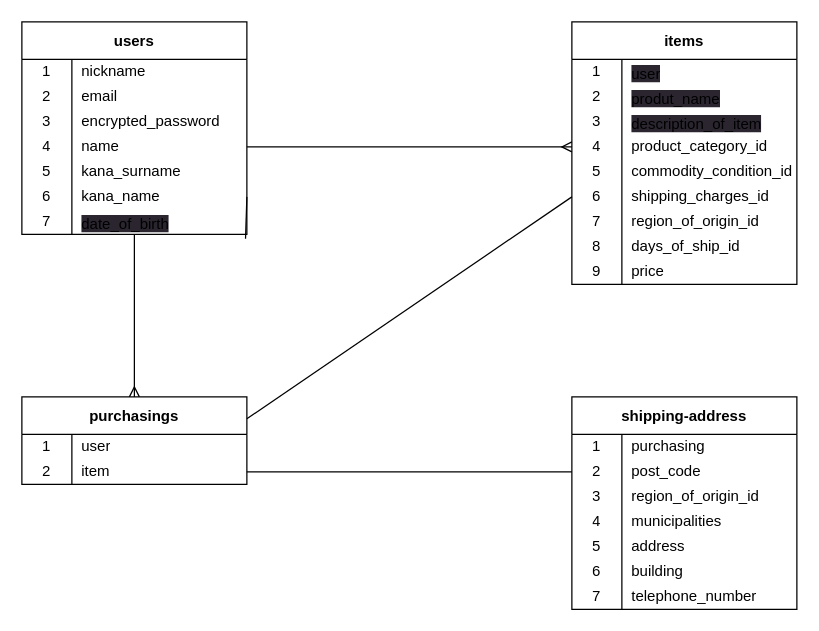
Above: config/test.dio in masakazu-fujimoto/furima-39231 (draw.io), before the change. Source tidied: cells renumbered, new cells numbered last; positions are measured from the earlier drawing's top-left corner, leaving out a move shared by most shapes. Both pictures are drawn from the tidied source at 125%, with x=0, y=0 at pixel (21, 21).
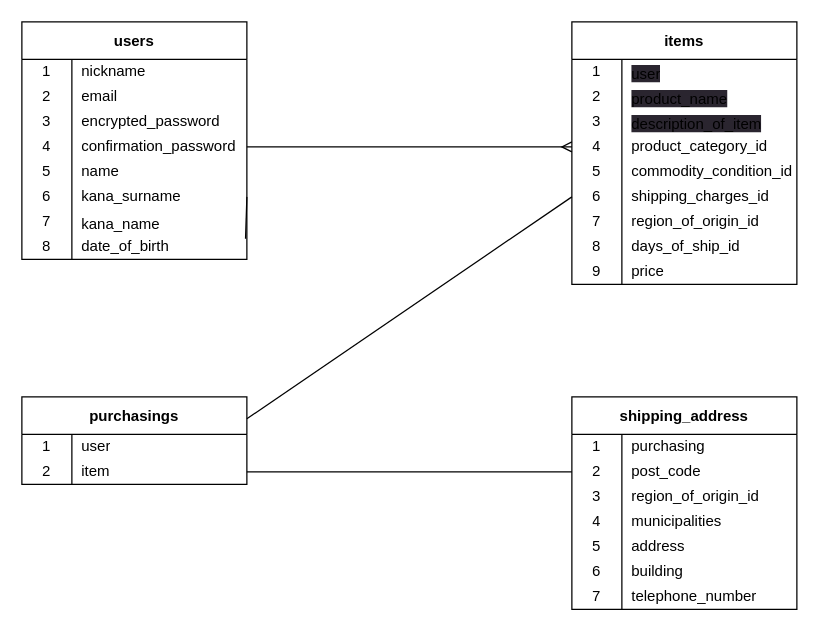
The same diagram, later.

Unchanged cells that the change refers to:
```xml
<mxCell id="13" style="shape=tableRow;horizontal=0;startSize=0;swimlaneHead=0;swimlaneBody=0;top=0;left=0;bottom=0;right=0;fillColor=none;points=[[0,0.5],[1,0.5]];portConstraint=eastwest;" parent="3" vertex="1">
  <mxGeometry y="90" width="180" height="20" as="geometry" />
</mxCell>
<mxCell id="16" style="shape=tableRow;horizontal=0;startSize=0;swimlaneHead=0;swimlaneBody=0;top=0;left=0;bottom=0;right=0;fillColor=none;" parent="3" vertex="1">
  <mxGeometry y="110" width="180" height="20" as="geometry" />
</mxCell>
<mxCell id="20" style="shape=tableRow;horizontal=0;startSize=0;swimlaneHead=0;swimlaneBody=0;top=0;left=0;bottom=0;right=0;fillColor=none;points=[[0,0.5],[1,0.5]];portConstraint=eastwest;" parent="3" vertex="1">
  <mxGeometry y="130" width="180" height="20" as="geometry" />
</mxCell>
<mxCell id="23" style="shape=tableRow;horizontal=0;startSize=0;swimlaneHead=0;swimlaneBody=0;top=0;left=0;bottom=0;right=0;fillColor=none;points=[[0,0.5],[1,0.5]];portConstraint=eastwest;" parent="3" vertex="1">
  <mxGeometry y="150" width="180" height="20" as="geometry" />
</mxCell>
<mxCell id="26" value="purchasings" style="shape=table;startSize=30;childLayout=tableLayout;rowLines=0;fontStyle=1;" parent="1" vertex="1">
  <mxGeometry y="300" width="180" height="70" as="geometry" />
</mxCell>
<mxCell id="60" style="shape=tableRow;horizontal=0;startSize=0;swimlaneHead=0;swimlaneBody=0;top=0;left=0;bottom=0;right=0;fillColor=none;" parent="56" vertex="1">
  <mxGeometry y="50" width="180" height="20" as="geometry" />
</mxCell>
```

What changed in the source:
```diff
@@
-    <mxCell id="2" style="edgeStyle=none;html=1;entryX=0.5;entryY=0;entryDx=0;entryDy=0;endArrow=ERmany;endFill=0;" parent="1" edge="1" source="3" target="26">
-      <mxGeometry relative="1" as="geometry" />
-    </mxCell>
     <mxCell id="3" value="users" style="shape=table;startSize=30;childLayout=tableLayout;rowLines=0;fontStyle=1;" parent="1" vertex="1">
-      <mxGeometry width="180" height="170" as="geometry" />
+      <mxGeometry width="180" height="190" as="geometry" />
     </mxCell>
@@
-    <mxCell id="15" value="name" style="shape=partialRectangle;html=1;whiteSpace=wrap;fillColor=none;top=0;left=0;bottom=0;right=0;align=left;spacingLeft=6;overflow=hidden;" parent="13" vertex="1">
+    <mxCell id="15" value="confirmation_password" style="shape=partialRectangle;html=1;whiteSpace=wrap;fillColor=none;top=0;left=0;bottom=0;right=0;align=left;spacingLeft=6;overflow=hidden;" parent="13" vertex="1">
       <mxGeometry x="40" width="140" height="20" as="geometry" />
     </mxCell>
@@
-    <mxCell id="18" value="kana_surname" style="shape=partialRectangle;html=1;whiteSpace=wrap;fillColor=none;top=0;left=0;bottom=0;right=0;align=left;spacingLeft=6;overflow=hidden;" parent="16" vertex="1">
+    <mxCell id="18" value="name" style="shape=partialRectangle;html=1;whiteSpace=wrap;fillColor=none;top=0;left=0;bottom=0;right=0;align=left;spacingLeft=6;overflow=hidden;" parent="16" vertex="1">
       <mxGeometry x="40" width="140" height="20" as="geometry" />
     </mxCell>
@@
-    <mxCell id="22" value="kana_name" style="shape=partialRectangle;html=1;whiteSpace=wrap;fillColor=none;top=0;left=0;bottom=0;right=0;align=left;spacingLeft=6;overflow=hidden;" parent="20" vertex="1">
+    <mxCell id="22" value="kana_surname" style="shape=partialRectangle;html=1;whiteSpace=wrap;fillColor=none;top=0;left=0;bottom=0;right=0;align=left;spacingLeft=6;overflow=hidden;" parent="20" vertex="1">
       <mxGeometry x="40" width="140" height="20" as="geometry" />
     </mxCell>
@@
-    <mxCell id="25" value="&lt;div style=&quot;line-height: 18px;&quot;&gt;&lt;span style=&quot;background-color: rgb(42, 37, 47);&quot;&gt;date_of_birth&lt;/span&gt;&lt;/div&gt;" style="shape=partialRectangle;html=1;whiteSpace=wrap;fillColor=none;top=0;left=0;bottom=0;right=0;align=left;spacingLeft=6;overflow=hidden;" parent="23" vertex="1">
+    <mxCell id="25" value="&lt;div style=&quot;line-height: 18px;&quot;&gt;kana_name&lt;br&gt;&lt;/div&gt;" style="shape=partialRectangle;html=1;whiteSpace=wrap;fillColor=none;top=0;left=0;bottom=0;right=0;align=left;spacingLeft=6;overflow=hidden;" parent="23" vertex="1">
       <mxGeometry x="40" width="140" height="20" as="geometry" />
     </mxCell>
+    <mxCell id="86" style="shape=tableRow;horizontal=0;startSize=0;swimlaneHead=0;swimlaneBody=0;top=0;left=0;bottom=0;right=0;fillColor=none;" parent="3" vertex="1">
+      <mxGeometry y="170" width="180" height="20" as="geometry" />
+    </mxCell>
+    <mxCell id="87" value="8" style="shape=partialRectangle;html=1;whiteSpace=wrap;fillColor=none;top=0;left=0;bottom=0;right=0;overflow=hidden;" parent="86" vertex="1">
+      <mxGeometry width="40" height="20" as="geometry" />
+    </mxCell>
+    <mxCell id="88" value="date_of_birth" style="shape=partialRectangle;html=1;whiteSpace=wrap;fillColor=none;top=0;left=0;bottom=0;right=0;align=left;spacingLeft=6;overflow=hidden;" parent="86" vertex="1">
+      <mxGeometry x="40" width="140" height="20" as="geometry" />
+    </mxCell>
@@
-    <mxCell id="33" value="shipping-address" style="shape=table;startSize=30;childLayout=tableLayout;rowLines=0;fontStyle=1;" parent="1" vertex="1">
+    <mxCell id="33" value="shipping_address" style="shape=table;startSize=30;childLayout=tableLayout;rowLines=0;fontStyle=1;" parent="1" vertex="1">
       <mxGeometry x="440" y="300" width="180" height="170" as="geometry" />
     </mxCell>
@@
-    <mxCell id="62" value="&lt;div style=&quot;line-height: 18px;&quot;&gt;&lt;span style=&quot;background-color: rgb(42, 37, 47);&quot;&gt;produt_name&lt;/span&gt;&lt;/div&gt;" style="shape=partialRectangle;html=1;whiteSpace=wrap;fillColor=none;top=0;left=0;bottom=0;right=0;align=left;spacingLeft=6;overflow=hidden;" parent="60" vertex="1">
+    <mxCell id="62" value="&lt;div style=&quot;line-height: 18px;&quot;&gt;&lt;span style=&quot;background-color: rgb(42, 37, 47);&quot;&gt;product_name&lt;/span&gt;&lt;/div&gt;" style="shape=partialRectangle;html=1;whiteSpace=wrap;fillColor=none;top=0;left=0;bottom=0;right=0;align=left;spacingLeft=6;overflow=hidden;" parent="60" vertex="1">
       <mxGeometry x="40" width="140" height="20" as="geometry" />
     </mxCell>
```
